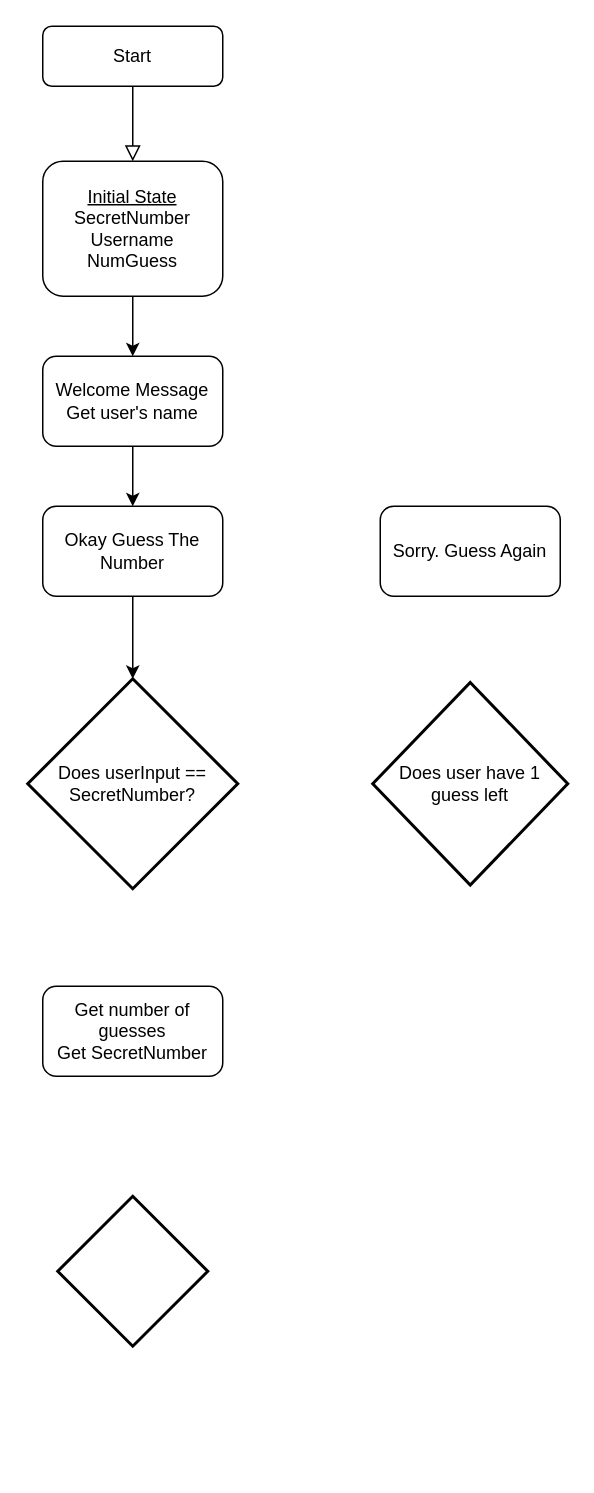
Above: Guess the number game.drawio in ItuTheGoat/GuessTheNumber (draw.io), before the change. Source tidied: cells renumbered, new cells numbered last; positions are measured from the earlier drawing's top-left corner, leaving out a move shared by most shapes. Both pictures are drawn from the tidied source at 150%, with x=0, y=0 at pixel (27, 26).
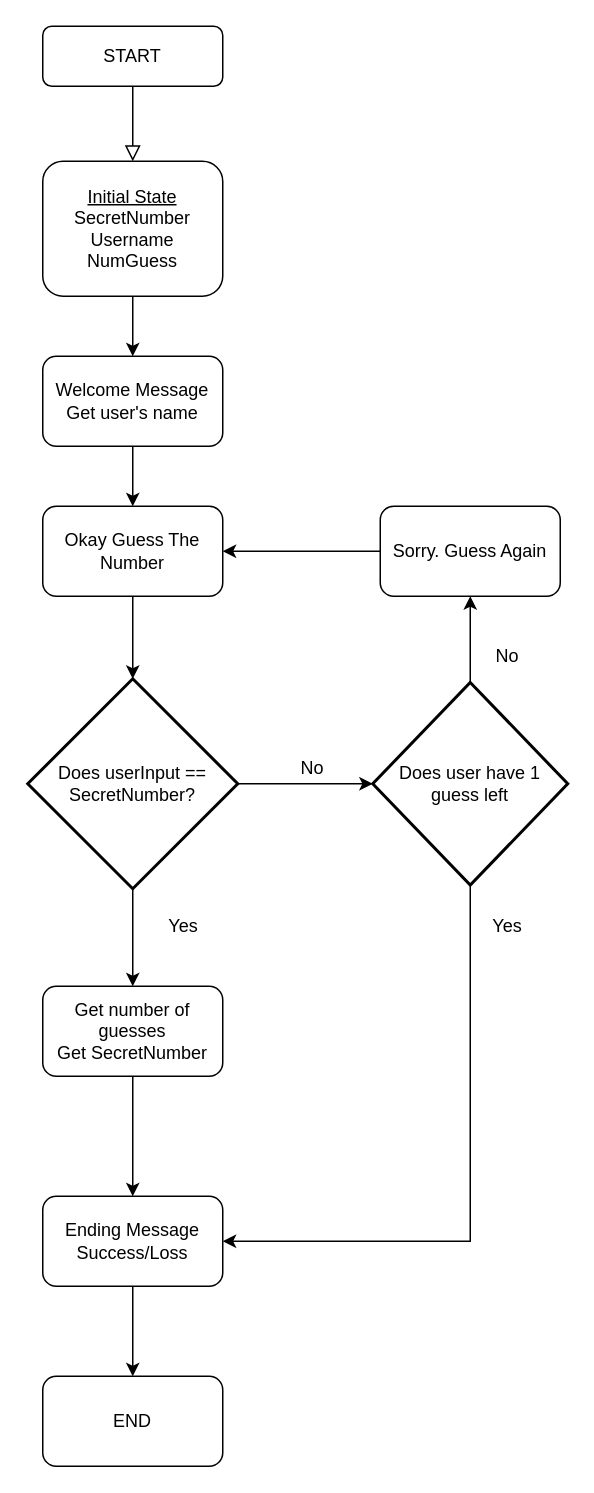
The same page after the edit.

Unchanged cells that the change refers to:
```xml
<mxCell id="9" value="Okay Guess The Number" style="rounded=1;whiteSpace=wrap;html=1;" parent="1" vertex="1">
  <mxGeometry x="10" y="320" width="120" height="60" as="geometry" />
</mxCell>
<mxCell id="10" value="Does userInput == SecretNumber?" style="strokeWidth=2;html=1;shape=mxgraph.flowchart.decision;whiteSpace=wrap;" parent="1" vertex="1">
  <mxGeometry y="435" width="140" height="140" as="geometry" />
</mxCell>
<mxCell id="12" value="Sorry. Guess Again" style="rounded=1;whiteSpace=wrap;html=1;" parent="1" vertex="1">
  <mxGeometry x="235" y="320" width="120" height="60" as="geometry" />
</mxCell>
<mxCell id="13" value="Does user have 1 guess left" style="strokeWidth=2;html=1;shape=mxgraph.flowchart.decision;whiteSpace=wrap;" parent="1" vertex="1">
  <mxGeometry x="230" y="437.5" width="130" height="135" as="geometry" />
</mxCell>
<mxCell id="14" value="Get number of guesses&lt;br&gt;Get SecretNumber" style="rounded=1;whiteSpace=wrap;html=1;" parent="1" vertex="1">
  <mxGeometry x="10" y="640" width="120" height="60" as="geometry" />
</mxCell>
```

What changed in the source:
```diff
@@
-    <mxCell id="3" value="Start" style="rounded=1;whiteSpace=wrap;html=1;fontSize=12;glass=0;strokeWidth=1;shadow=0;" parent="1" vertex="1">
+    <mxCell id="3" value="START" style="rounded=1;whiteSpace=wrap;html=1;fontSize=12;glass=0;strokeWidth=1;shadow=0;" parent="1" vertex="1">
       <mxGeometry x="10" width="120" height="40" as="geometry" />
     </mxCell>
@@
+    <mxCell id="15" style="edgeStyle=orthogonalEdgeStyle;rounded=0;jettySize=auto;html=1;exitX=1;exitY=0.5;exitDx=0;exitDy=0;exitPerimeter=0;entryX=0;entryY=0.5;entryDx=0;entryDy=0;entryPerimeter=0;" parent="1" edge="1" source="10" target="13">
+      <mxGeometry relative="1" as="geometry" />
+    </mxCell>
+    <mxCell id="16" style="edgeStyle=orthogonalEdgeStyle;rounded=0;jettySize=auto;html=1;exitX=0.5;exitY=1;exitDx=0;exitDy=0;exitPerimeter=0;" parent="1" edge="1" source="10" target="14">
+      <mxGeometry relative="1" as="geometry" />
+    </mxCell>
@@
-    <mxCell id="11" style="strokeWidth=2;html=1;shape=mxgraph.flowchart.decision;whiteSpace=wrap;" parent="1" vertex="1">
-      <mxGeometry x="20" y="780" width="100" height="100" as="geometry" />
-    </mxCell>
+    <mxCell id="17" style="edgeStyle=orthogonalEdgeStyle;rounded=0;jettySize=auto;html=1;exitX=0;exitY=0.5;exitDx=0;exitDy=0;" parent="1" edge="1" source="12" target="9">
+      <mxGeometry relative="1" as="geometry" />
+    </mxCell>
@@
+    <mxCell id="18" style="edgeStyle=orthogonalEdgeStyle;rounded=0;jettySize=auto;html=1;exitX=0.5;exitY=0;exitDx=0;exitDy=0;exitPerimeter=0;entryX=0.5;entryY=1;entryDx=0;entryDy=0;" parent="1" edge="1" source="13" target="12">
+      <mxGeometry relative="1" as="geometry" />
+    </mxCell>
+    <mxCell id="19" style="edgeStyle=orthogonalEdgeStyle;rounded=0;jettySize=auto;html=1;exitX=0.5;exitY=1;exitDx=0;exitDy=0;exitPerimeter=0;entryX=1;entryY=0.5;entryDx=0;entryDy=0;" parent="1" edge="1" source="13" target="22">
+      <mxGeometry relative="1" as="geometry" />
+    </mxCell>
@@
+    <mxCell id="20" style="edgeStyle=orthogonalEdgeStyle;rounded=0;jettySize=auto;html=1;exitX=0.5;exitY=1;exitDx=0;exitDy=0;entryX=0.5;entryY=0;entryDx=0;entryDy=0;" parent="1" edge="1" source="14" target="22">
+      <mxGeometry relative="1" as="geometry" />
+    </mxCell>
@@
+    <mxCell id="21" style="edgeStyle=orthogonalEdgeStyle;rounded=0;jettySize=auto;html=1;exitX=0.5;exitY=1;exitDx=0;exitDy=0;entryX=0.5;entryY=0;entryDx=0;entryDy=0;" parent="1" edge="1" source="22" target="23">
+      <mxGeometry relative="1" as="geometry" />
+    </mxCell>
+    <mxCell id="22" value="Ending Message&lt;br&gt;Success/Loss" style="rounded=1;whiteSpace=wrap;html=1;" parent="1" vertex="1">
+      <mxGeometry x="10" y="780" width="120" height="60" as="geometry" />
+    </mxCell>
+    <mxCell id="23" value="END" style="rounded=1;whiteSpace=wrap;html=1;" parent="1" vertex="1">
+      <mxGeometry x="10" y="900" width="120" height="60" as="geometry" />
+    </mxCell>
+    <mxCell id="24" value="Yes" style="text;html=1;strokeColor=none;fillColor=none;align=center;verticalAlign=middle;whiteSpace=wrap;rounded=0;" parent="1" vertex="1">
+      <mxGeometry x="84" y="590" width="40" height="20" as="geometry" />
+    </mxCell>
+    <mxCell id="25" value="No" style="text;html=1;strokeColor=none;fillColor=none;align=center;verticalAlign=middle;whiteSpace=wrap;rounded=0;" parent="1" vertex="1">
+      <mxGeometry x="170" y="485" width="40" height="20" as="geometry" />
+    </mxCell>
+    <mxCell id="26" value="No" style="text;html=1;strokeColor=none;fillColor=none;align=center;verticalAlign=middle;whiteSpace=wrap;rounded=0;" parent="1" vertex="1">
+      <mxGeometry x="300" y="410" width="40" height="20" as="geometry" />
+    </mxCell>
+    <mxCell id="27" value="Yes" style="text;html=1;strokeColor=none;fillColor=none;align=center;verticalAlign=middle;whiteSpace=wrap;rounded=0;" parent="1" vertex="1">
+      <mxGeometry x="300" y="590" width="40" height="20" as="geometry" />
+    </mxCell>
```
